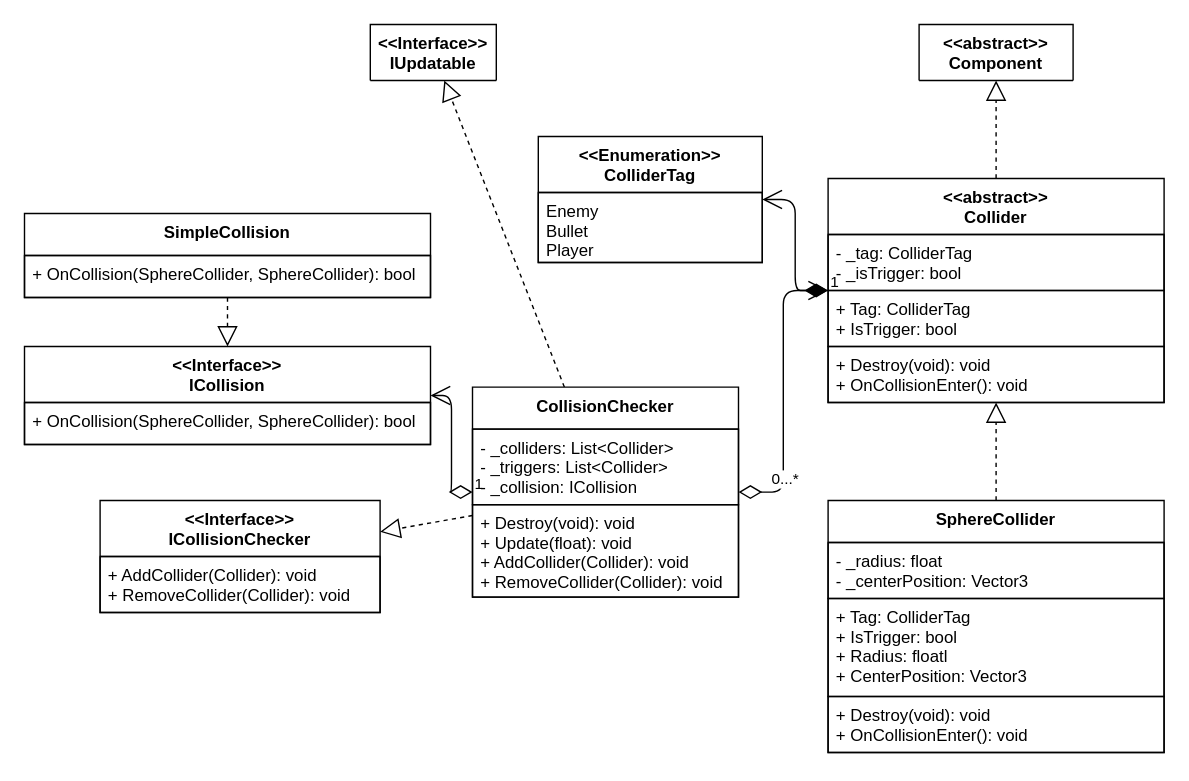
Earlier version of the draw.io diagram page "Collision" (4 of 9) of Other/Diagrams/Model/Model.drawio (Kkamikadzee/Asteroids). Source tidied: cells renumbered, new cells numbered last; positions are measured from the earlier drawing's top-left corner, leaving out a move shared by most shapes. Both pictures are drawn from the tidied source at 140%, with x=0, y=0 at pixel (24, 24).
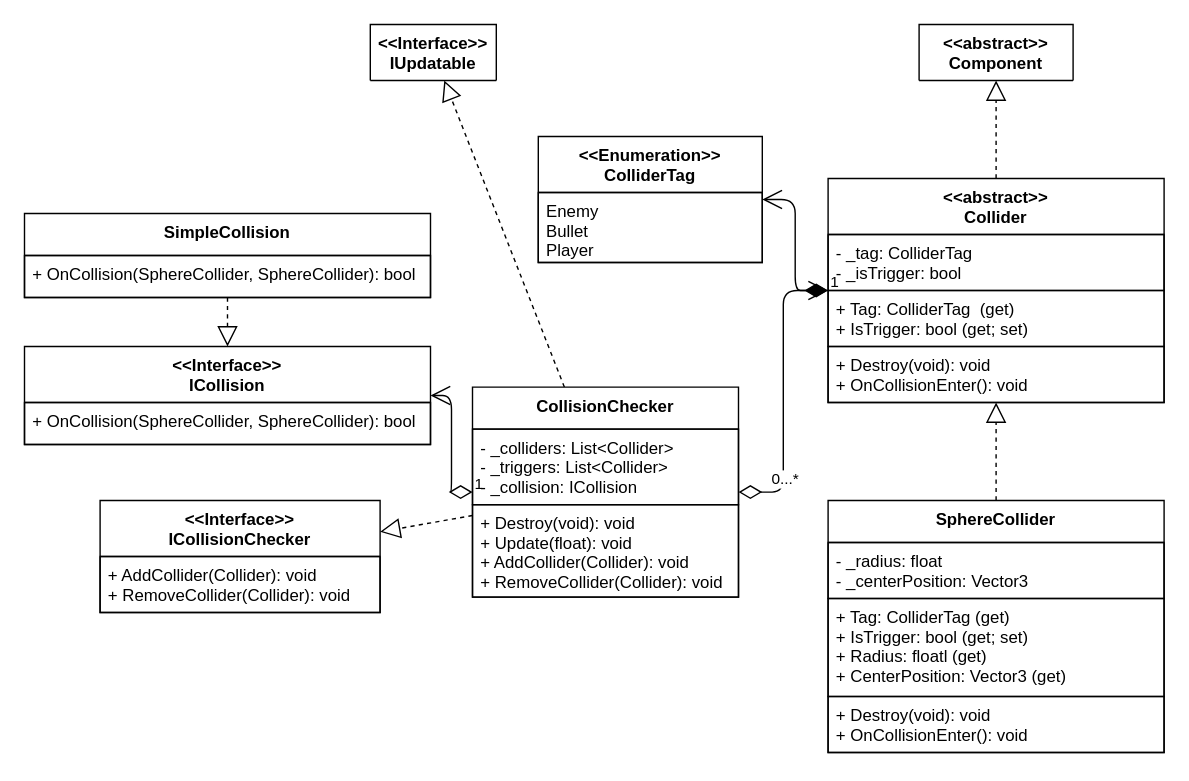
The same diagram, later.

Unchanged cells that the change refers to:
```xml
<mxCell id="12" value="&lt;&lt;abstract&gt;&gt;&#10;Collider" style="swimlane;fontStyle=1;align=center;verticalAlign=top;horizontal=1;startSize=40;spacing=2;" parent="1" vertex="1">
  <mxGeometry x="574" y="110" width="240" height="160" as="geometry" />
</mxCell>
<mxCell id="16" value="SphereCollider" style="swimlane;fontStyle=1;align=center;verticalAlign=top;horizontal=1;startSize=30;spacing=2;" parent="1" vertex="1">
  <mxGeometry x="574" y="340" width="240" height="180" as="geometry" />
</mxCell>
```

The edit, as a diff of the source:
```diff
@@
-    <mxCell id="14" value="+ Tag: ColliderTag&#10;+ IsTrigger: bool" style="text;fillColor=none;align=left;verticalAlign=top;spacingLeft=4;spacingRight=4;overflow=hidden;strokeColor=#000000;" parent="12" vertex="1">
+    <mxCell id="14" value="+ Tag: ColliderTag  (get)&#10;+ IsTrigger: bool (get; set)" style="text;fillColor=none;align=left;verticalAlign=top;spacingLeft=4;spacingRight=4;overflow=hidden;strokeColor=#000000;" parent="12" vertex="1">
       <mxGeometry y="80" width="240" height="40" as="geometry" />
     </mxCell>
@@
-    <mxCell id="18" value="+ Tag: ColliderTag&#10;+ IsTrigger: bool&#10;+ Radius: floatl&#10;+ CenterPosition: Vector3" style="text;fillColor=none;align=left;verticalAlign=top;spacingLeft=4;spacingRight=4;overflow=hidden;strokeColor=#000000;" parent="16" vertex="1">
+    <mxCell id="18" value="+ Tag: ColliderTag (get)&#10;+ IsTrigger: bool (get; set)&#10;+ Radius: floatl (get)&#10;+ CenterPosition: Vector3 (get)" style="text;fillColor=none;align=left;verticalAlign=top;spacingLeft=4;spacingRight=4;overflow=hidden;strokeColor=#000000;" parent="16" vertex="1">
       <mxGeometry y="70" width="240" height="70" as="geometry" />
     </mxCell>
```
